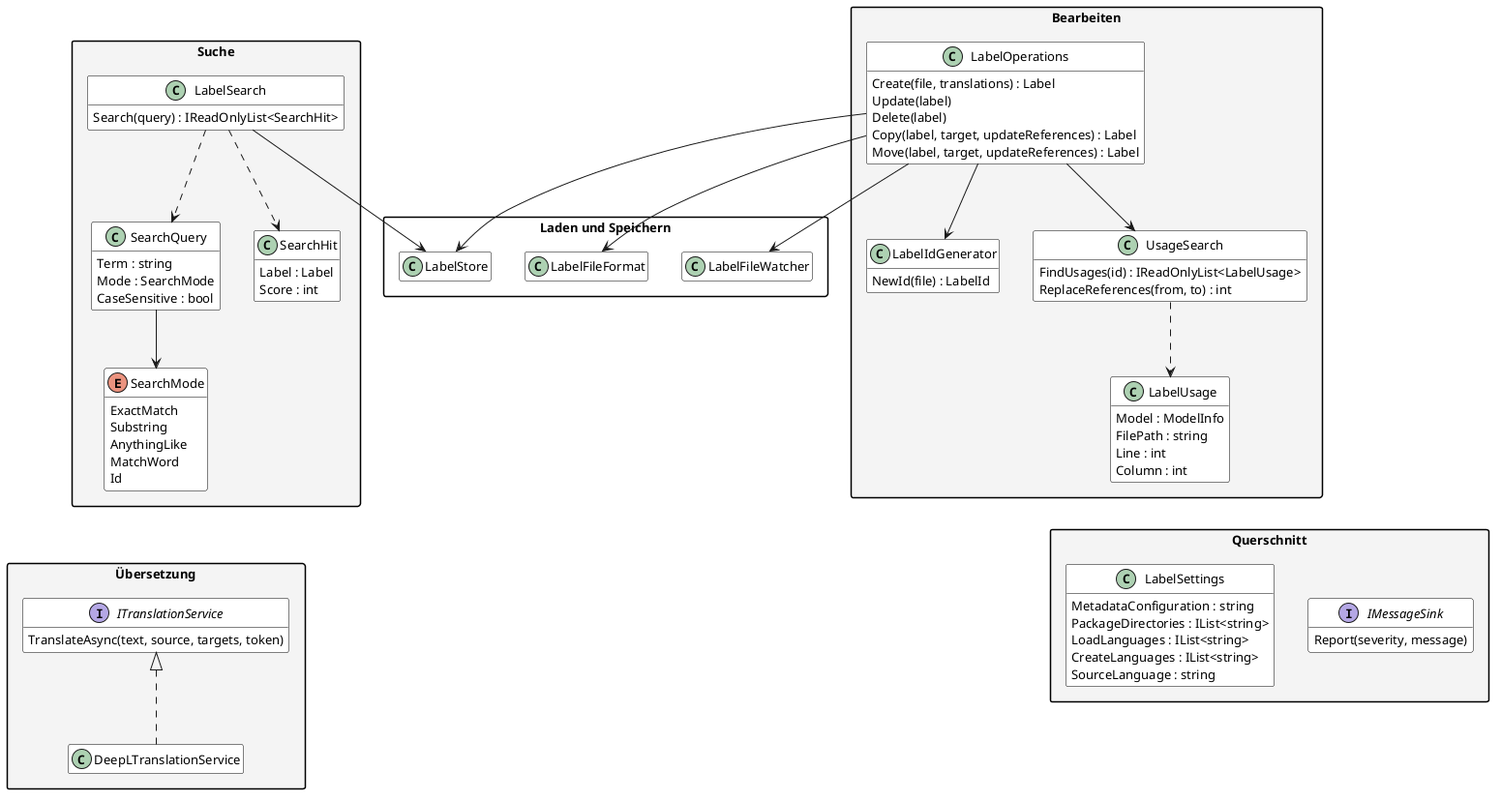
Above: documentation/diagrams/Klassen_Bearbeiten.png in Adyrem/diploma-label-localization (PlantUML), before the change.
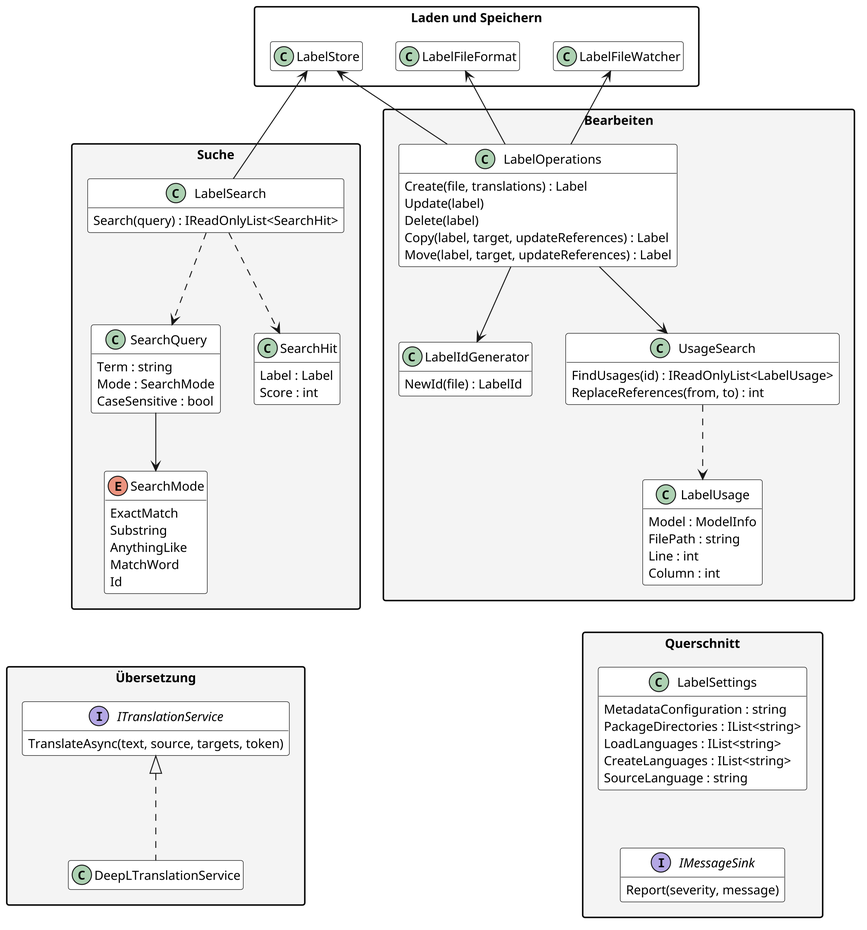
Later version of the same file.

What changed in the source:
```diff
@@ -1,4 +1,5 @@
 @startuml
+skinparam dpi 240
 
 skinparam defaultFontSize 13
 skinparam classAttributeIconSize 0
@@ -84,20 +85,23 @@
   class LabelFileWatcher
 }
 
-LabelSearch --> LabelStore
+LabelSearch -up-> LabelStore
 LabelSearch ..> SearchQuery
 LabelSearch ..> SearchHit
 SearchQuery --> SearchMode
 
 LabelOperations --> LabelIdGenerator
 LabelOperations --> UsageSearch
-LabelOperations --> LabelStore
-LabelOperations --> LabelFileFormat
-LabelOperations --> LabelFileWatcher
+LabelOperations -up-> LabelStore
+LabelOperations -up-> LabelFileFormat
+LabelOperations -up-> LabelFileWatcher
 UsageSearch ..> LabelUsage
 
 ITranslationService <|.. DeepLTranslationService
 
+LabelStore -[hidden]right- LabelFileFormat
+LabelFileFormat -[hidden]right- LabelFileWatcher
 SearchMode -[hidden]down- ITranslationService
 LabelUsage -[hidden]down- LabelSettings
+LabelSettings -[hidden]down- IMessageSink
 @enduml
```
